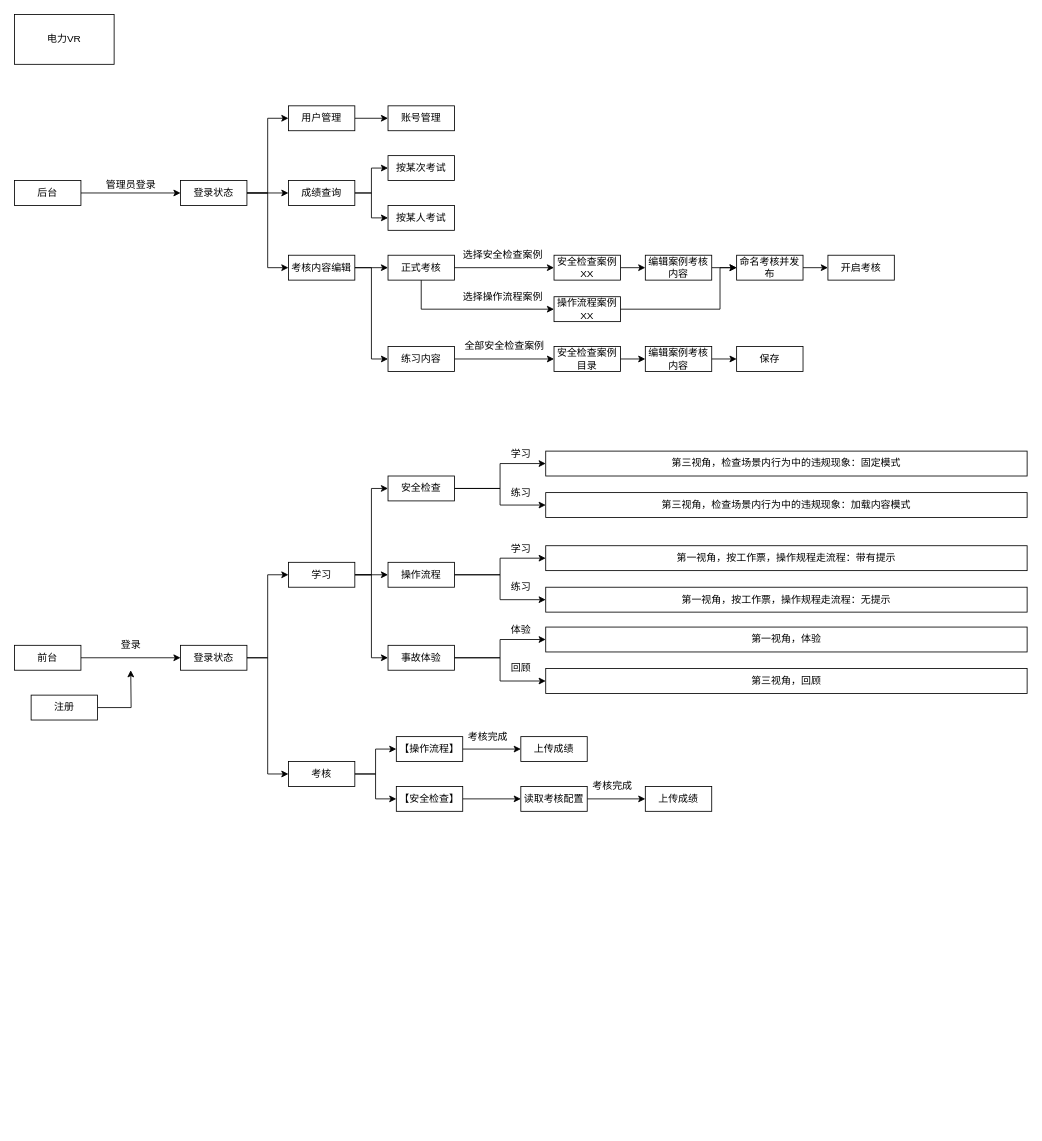
Above: 电力培训.drawio in 15140252710/OneGithubProject (draw.io), before the change. Source tidied: cells renumbered, new cells numbered last; positions are measured from the earlier drawing's top-left corner, leaving out a move shared by most shapes. Both pictures are drawn from the tidied source at 83%, with x=0, y=0 at pixel (14, 14).
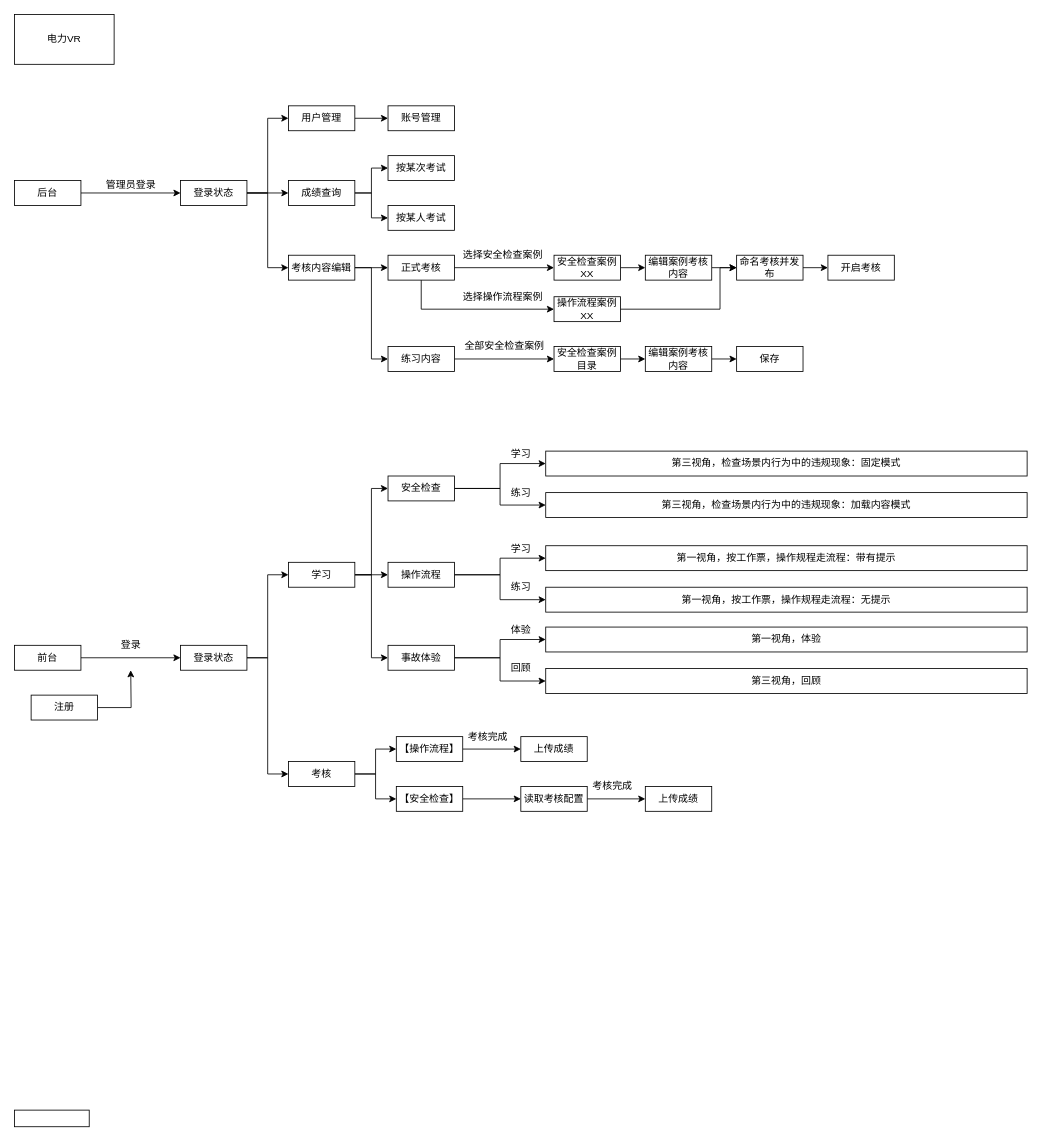
Above is the later version.

Commit message (it also covers changes not shown here):
更新电力培训.drawio

Diff of the diagram source:
```diff
@@
+    <mxCell id="89" style="rounded=0;whiteSpace=wrap;html=1;" parent="1" vertex="1">
+      <mxGeometry y="1320" width="90" height="20" as="geometry" />
+    </mxCell>
```
